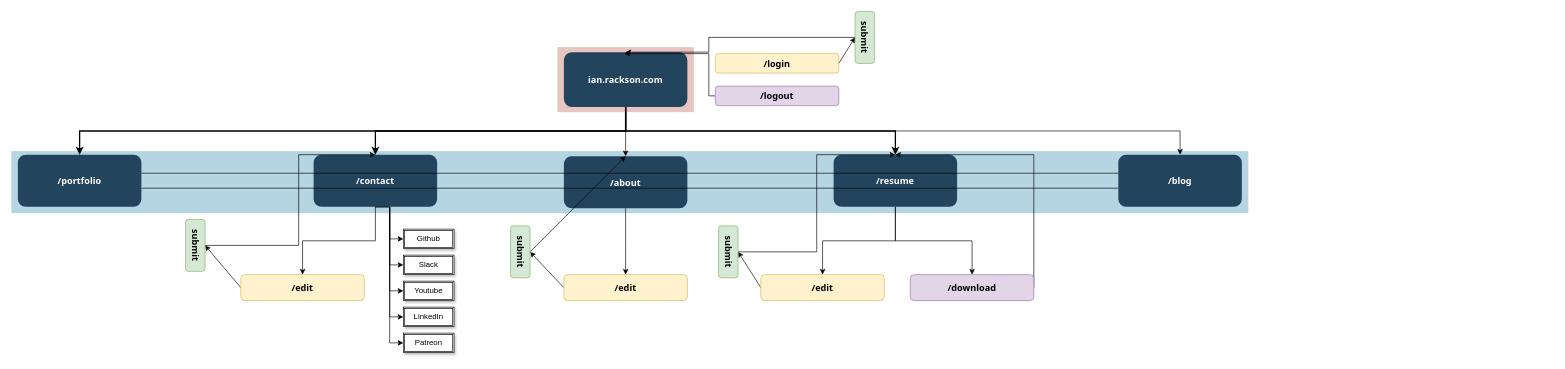
irackson/PersonalBackend keeps this draw.io diagram as agile/Sitemap-v1.drawio. Above is the earlier version. Source tidied: cells renumbered, new cells numbered last; positions are measured from the earlier drawing's top-left corner, leaving out a move shared by most shapes. Both pictures are drawn from the tidied source at 65%, with x=0, y=0 at pixel (11, 27).
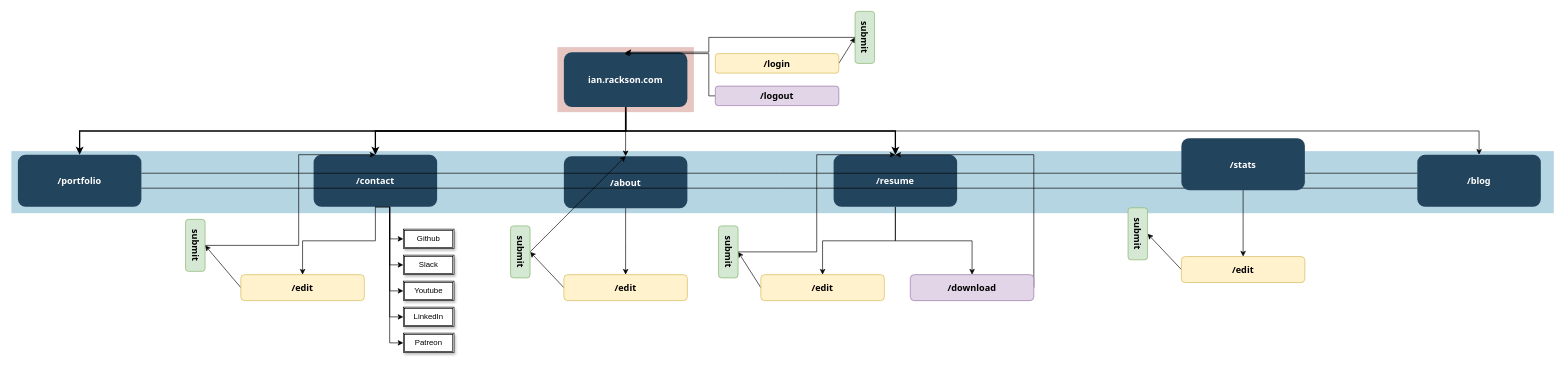
Above is the later version.

Change to the diagram source:
```diff
@@
     <mxCell id="2" style="fillColor=#10739E;strokeColor=none;opacity=30;" parent="1" vertex="1">
-      <mxGeometry y="190" width="1903" height="95.5" as="geometry" />
+      <mxGeometry y="190" width="2373" height="95.5" as="geometry" />
     </mxCell>
@@
     <mxCell id="21" value="/blog" style="rounded=1;fillColor=#23445D;gradientColor=none;strokeColor=none;fontColor=#FFFFFF;fontStyle=1;fontFamily=Tahoma;fontSize=14;" parent="1" vertex="1">
-      <mxGeometry x="1703" y="195.5" width="190" height="80" as="geometry" />
+      <mxGeometry x="2163" y="195.5" width="190" height="80" as="geometry" />
     </mxCell>
@@
+    <mxCell id="52" style="edgeStyle=elbowEdgeStyle;rounded=0;jettySize=auto;elbow=vertical;html=1;entryX=0.5;entryY=0;entryDx=0;entryDy=0;" parent="1" edge="1" source="53" target="55">
+      <mxGeometry relative="1" as="geometry" />
+    </mxCell>
+    <mxCell id="53" value="/stats" style="rounded=1;fillColor=#23445D;gradientColor=none;strokeColor=none;fontColor=#FFFFFF;fontStyle=1;fontFamily=Tahoma;fontSize=14;" parent="1" vertex="1">
+      <mxGeometry x="1800" y="170" width="190" height="80" as="geometry" />
+    </mxCell>
+    <mxCell id="54" style="edgeStyle=none;rounded=0;jettySize=auto;html=1;exitX=0;exitY=0.5;exitDx=0;exitDy=0;entryX=0.5;entryY=0;entryDx=0;entryDy=0;" parent="1" edge="1" source="55" target="56">
+      <mxGeometry relative="1" as="geometry" />
+    </mxCell>
+    <mxCell id="55" value="/edit" style="rounded=1;fillColor=#fff2cc;strokeColor=#d6b656;fontStyle=1;fontFamily=Tahoma;fontSize=14;" parent="1" vertex="1">
+      <mxGeometry x="1800" y="352.2" width="190" height="40" as="geometry" />
+    </mxCell>
+    <mxCell id="56" value="submit" style="rounded=1;fillColor=#d5e8d4;strokeColor=#82b366;fontStyle=1;fontFamily=Tahoma;fontSize=14;rotation=90;" parent="1" vertex="1">
+      <mxGeometry x="1693" y="302.2" width="80" height="30" as="geometry" />
+    </mxCell>
```
